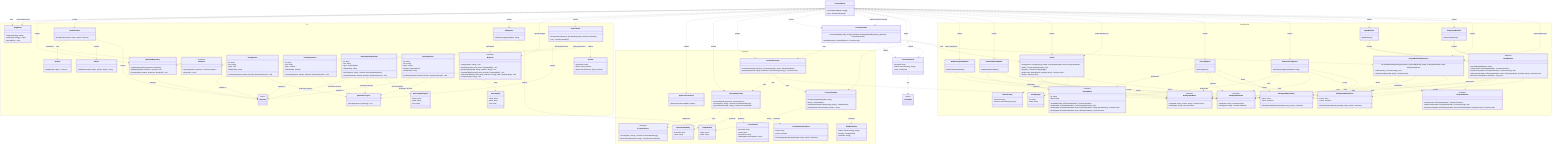
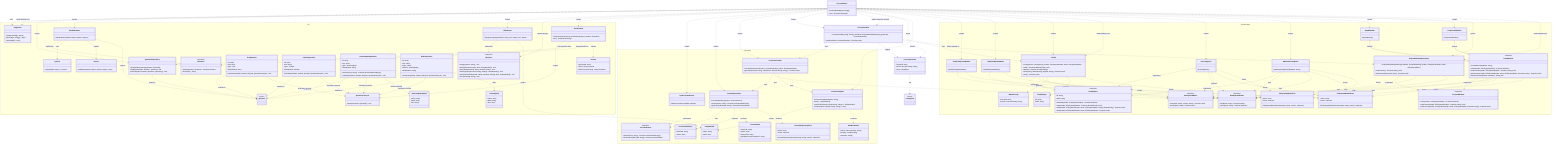
classDiagram
  direction TB

  class LicenseWizard {
    +LicenseWizard(args: string[])
    +run() Promise~Answer[]~
  }

  class LicenseInstaller {
    +LicenseInstaller(config: Config, manifests: ProjectManifestRepository, generator: LicenseGenerator)
    +install(selection: LicenseSelection) Promise~void~
  }

  class LicenseSelection {
    +licenseId: string
    +tokens: Record~string, string~
    +save: ConfigSave
  }

  class ConfigSave {
    <<union>>
  }

  namespace CLI {
    class FlagParser {
      +FlagParser(flags: object)
      +parse(args: string[]) object
      +formatHelp() string
    }

    class Orchestrator {
      +Orchestrator(repository: QuestionRepository, renderer: IRenderer)
      +run() Promise~Answer[]~
    }

    class IRenderer {
      <<interface>>
      +render(question: Question) Promise~Answer~
      +onCancel() string
    }

    class ClackRenderer {
      +ClackRenderer(meta: object, spinner: Spinner)
    }

    class IReporter {
      <<interface>>
      +usage(options: string) void
      +tokens(licenseId: string, slots: TemplateSlot[]) void
      +generated(licenseId: string, savedTo: string) void
      +missingFields(licenseId: string, missing: TemplateSlot[]) void
      +unknownFields(licenseId: string, unknown: string[], slots: TemplateSlot[]) void
      +error(message: string) void
    }

    class CliReporter {
-       +CliReporter(programName: string)
+       +CliReporter(programName: string, out?: object, err?: object)
    }

    class Banner {
      +buildBanner(meta: object, options: object) string
    }

    class Spinner {
      +start(handle: object) Function
    }

    class QuestionRepository {
      +QuestionRepository(questions: Question[])
      +getByIndex(index: number) Question | null
      +insertAt(index: number, questions: Question[]) void
    }

    class QuestionLifecycle {
      +inject(questions: Question[]) void
    }

    class Question {
      <<union>>
    }

    class TextQuestion {
      +id: string
      +text: string
      +type: "text"
      +defaultValue: string
      +onAnswer(answer: Answer, lifecycle: QuestionLifecycle) void
    }

    class ConfirmQuestion {
      +id: string
      +text: string
      +type: "confirm"
      +defaultValue: boolean
      +onAnswer(answer: Answer, lifecycle: QuestionLifecycle) void
    }

    class AutocompleteQuestion {
      +id: string
      +text: string
      +type: "autocomplete"
      +defaultValue: string
      +search(query: string) Promise~AutocompleteOption[]~
      +onAnswer(answer: Answer, lifecycle: QuestionLifecycle) void
    }

    class AutocompleteOption {
      +value: string
      +label: string
      +hint: string
    }

    class SelectQuestion {
      +id: string
      +text: string
      +type: "select"
      +options: SelectOption[]
      +defaultValue: string
      +onAnswer(answer: Answer, lifecycle: QuestionLifecycle) void
    }

    class SelectOption {
      +value: string
      +label: string
      +hint: string
    }

    class Answer {
      +questionId: string
      +value: string | boolean
      +fields: Record~string, string | boolean~
    }
  }

  namespace Licensing {
    class LicenseRepository {
      +LicenseRepository(source: ILicenseSource)
      +search(query: string) Promise~LicenseIndexEntry[]~
      +getLicense(licenseId: string) Promise~LicenseDetail~
    }

    class LicenseRepositoryError {
      +name: string
      +cause: unknown
      +LicenseRepositoryError(message: string, cause?: unknown)
    }

    class ILicenseSource {
      <<interface>>
      +search(query: string) Promise~LicenseIndexEntry[]~
      +fetchLicense(licenseId: string) Promise~LicenseDetail~
    }

    class SpdxLicenseSource {
      +SpdxLicenseSource(ttlMs: number)
    }

    class LicenseIndexEntry {
      +licenseId: string
      +name: string
    }

    class LicenseDetail {
      +licenseId: string
      +name: string
      +licenseText: string
      +standardLicenseTemplate?: string
    }

    class LicenseTemplate {
      +LicenseTemplate(template: string)
      +slots() TemplateSlot[]
      +resolveSlots(entries: Map~string, string~) SlotResolution
      +render(values: Record~string, string~) string
    }

    class TemplateSlot {
      +token: string
      +label: string
    }

    class SlotResolution {
      +values: Record~string, string~
      +missing: TemplateSlot[]
      +unknown: string[]
    }

    class LicenseGenerator {
      +LicenseGenerator(repository: LicenseRepository, writer: IFileSystemWriter)
      +generate(licenseId: string, slotValues?: Record~string, string~) Promise~void~
    }
  }

  namespace Configuration {
    class IFileSystemReader {
      <<interface>>
      +read(path: string) Promise~string~
      +exists(path: string) Promise~boolean~
    }

    class IFileSystemWriter {
      <<interface>>
      +write(path: string, content: string) Promise~void~
      +delete(path: string) Promise~void~
    }

    class NodeFileSystemReader {
      +NodeFileSystemReader()
    }

    class NodeFileSystemWriter {
      +NodeFileSystemWriter()
    }

    class FileSystemReaderError {
      +name: string
      +cause: unknown
      +FileSystemReaderError(message: string, cause?: unknown)
    }

    class FileSystemWriterError {
      +name: string
      +cause: unknown
      +FileSystemWriterError(message: string, cause?: unknown)
    }

    class WizardConfig {
      +licenseId: string
      +tokens?: Record~string, string~
    }

    class ConfigTarget {
      +id: string
      +label: string
    }

    class IConfigStore {
      <<interface>>
      +id: string
      +label: string
      +available(reader: IFileSystemReader) Promise~boolean~
      +read(reader: IFileSystemReader) Promise~WizardConfig | null~
      +write(reader: IFileSystemReader, writer: IFileSystemWriter, config: WizardConfig) Promise~void~
      +clear(reader: IFileSystemReader, writer: IFileSystemWriter) Promise~void~
    }

    class RcConfigStore {
      +RcConfigStore()
    }

    class ManifestConfigStore {
      +ManifestConfigStore(fileName: string)
    }

    class Config {
      +Config(stores: IConfigStore[], reader: IFileSystemReader, writer: IFileSystemWriter)
      +read() Promise~WizardConfig | null~
      +targets() Promise~ConfigTarget[]~
      +write(config: WizardConfig, targetId: string) Promise~void~
      +clear() Promise~void~
    }

    class IProjectManifest {
      <<interface>>
      +exists(reader: IFileSystemReader) Promise~boolean~
      +readLicense(reader: IFileSystemReader) Promise~string | null~
      +writeLicense(reader: IFileSystemReader, writer: IFileSystemWriter, licenseId: string) Promise~void~
    }

    class JsonManifest {
      <<abstract>>
      +JsonManifest(fileName: string)
      +exists(reader: IFileSystemReader) Promise~boolean~
      +readLicense(reader: IFileSystemReader) Promise~string | null~
      +writeLicense(reader: IFileSystemReader, writer: IFileSystemWriter, licenseId: string) Promise~void~
      #extractLicenseId(value: unknown)* string | null
    }

    class NpmManifest {
      +NpmManifest()
    }

    class ComposerManifest {
      +ComposerManifest()
    }

    class ProjectManifestRepository {
      +ProjectManifestRepository(manifests: IProjectManifest[], reader: IFileSystemReader, writer: IFileSystemWriter)
      +readLicense() Promise~string | null~
      +writeLicense(licenseId: string) Promise~void~
    }
  }

  TextQuestion ..|> Question : member of
  ConfirmQuestion ..|> Question : member of
  AutocompleteQuestion ..|> Question : member of
  SelectQuestion ..|> Question : member of
  TextQuestion ..> QuestionLifecycle : onAnswer receives
  ConfirmQuestion ..> QuestionLifecycle : onAnswer receives
  AutocompleteQuestion ..> QuestionLifecycle : onAnswer receives
  SelectQuestion ..> QuestionLifecycle : onAnswer receives
  SelectQuestion ..> SelectOption : offers
  Orchestrator ..> QuestionLifecycle : creates
  ClackRenderer ..|> IRenderer : implements
  ClackRenderer ..> Spinner : uses
  ClackRenderer ..> Banner : renders
  CliReporter ..|> IReporter : implements
  CliReporter ..> TemplateSlot : renders
  LicenseWizard ..> FlagParser : uses
  LicenseWizard ..> FlagParser : reads defaults from
  LicenseWizard ..> QuestionRepository : creates
  LicenseWizard ..> ClackRenderer : creates
  LicenseWizard ..> CliReporter : creates
  LicenseWizard ..> IReporter : reports through
  LicenseWizard ..> Orchestrator : creates
  LicenseWizard ..> SpdxLicenseSource : creates
  LicenseWizard ..> LicenseRepository : creates
  LicenseWizard ..> LicenseGenerator : creates
  LicenseWizard ..> LicenseInstaller : creates
  LicenseWizard ..> LicenseInstaller : applies selection through
  LicenseWizard ..> LicenseSelection : builds
  LicenseInstaller ..> Config : uses
  LicenseInstaller ..> ProjectManifestRepository : writes selection to
  LicenseInstaller ..> LicenseGenerator : uses
  LicenseInstaller ..> LicenseSelection : applies
  LicenseSelection ..> ConfigSave : has
  Orchestrator ..> QuestionRepository : gets questions from
  Orchestrator ..> IRenderer : feeds questions to
  ClackRenderer ..> Question : renders
  QuestionRepository ..> Question : produces
  AutocompleteQuestion ..> AutocompleteOption : search produces
  Orchestrator ..> Answer : collects
  SpdxLicenseSource ..|> ILicenseSource : implements
  LicenseRepository ..> ILicenseSource : uses
  LicenseRepository ..> LicenseIndexEntry : produces
  LicenseRepository ..> LicenseDetail : produces
  LicenseRepository ..> LicenseRepositoryError : throws
  LicenseGenerator ..> LicenseRepository : uses
  LicenseGenerator ..> IFileSystemWriter : uses
  LicenseGenerator ..> LicenseTemplate : uses
  LicenseTemplate ..> TemplateSlot : produces
  LicenseTemplate ..> SlotResolution : produces
  LicenseWizard ..> LicenseTemplate : creates
  NodeFileSystemReader ..|> IFileSystemReader : implements
  NodeFileSystemWriter ..|> IFileSystemWriter : implements
  NodeFileSystemReader ..> FileSystemReaderError : throws
  NodeFileSystemWriter ..> FileSystemWriterError : throws
  Config ..> IConfigStore : coordinates
  Config ..> IFileSystemReader : uses
  Config ..> IFileSystemWriter : uses
  Config ..> WizardConfig : produces
  Config ..> ConfigTarget : produces
  Config ..> FileSystemWriterError : throws
  RcConfigStore ..|> IConfigStore : implements
  ManifestConfigStore ..|> IConfigStore : implements
  RcConfigStore ..> IFileSystemReader : uses
  RcConfigStore ..> IFileSystemWriter : uses
  RcConfigStore ..> FileSystemReaderError : throws
  RcConfigStore ..> FileSystemWriterError : throws
  ManifestConfigStore ..> IFileSystemReader : uses
  ManifestConfigStore ..> IFileSystemWriter : uses
  ManifestConfigStore ..> FileSystemReaderError : throws
  ManifestConfigStore ..> FileSystemWriterError : throws
  JsonManifest ..|> IProjectManifest : implements
  NpmManifest --|> JsonManifest : extends
  ComposerManifest --|> JsonManifest : extends
  JsonManifest ..> IFileSystemReader : uses
  JsonManifest ..> IFileSystemWriter : uses
  JsonManifest ..> FileSystemReaderError : throws
  JsonManifest ..> FileSystemWriterError : throws
  ProjectManifestRepository ..> IProjectManifest : coordinates
  ProjectManifestRepository ..> IFileSystemReader : uses
  ProjectManifestRepository ..> IFileSystemWriter : uses
  LicenseWizard ..> NodeFileSystemReader : creates
  LicenseWizard ..> NodeFileSystemWriter : creates
  LicenseWizard ..> Config : creates
  LicenseWizard ..> Config : reads defaults from
  LicenseWizard ..> RcConfigStore : creates
  LicenseWizard ..> ManifestConfigStore : creates
  LicenseWizard ..> NpmManifest : creates
  LicenseWizard ..> ComposerManifest : creates
  LicenseWizard ..> ProjectManifestRepository : creates
  LicenseWizard ..> ProjectManifestRepository : reads defaults from
